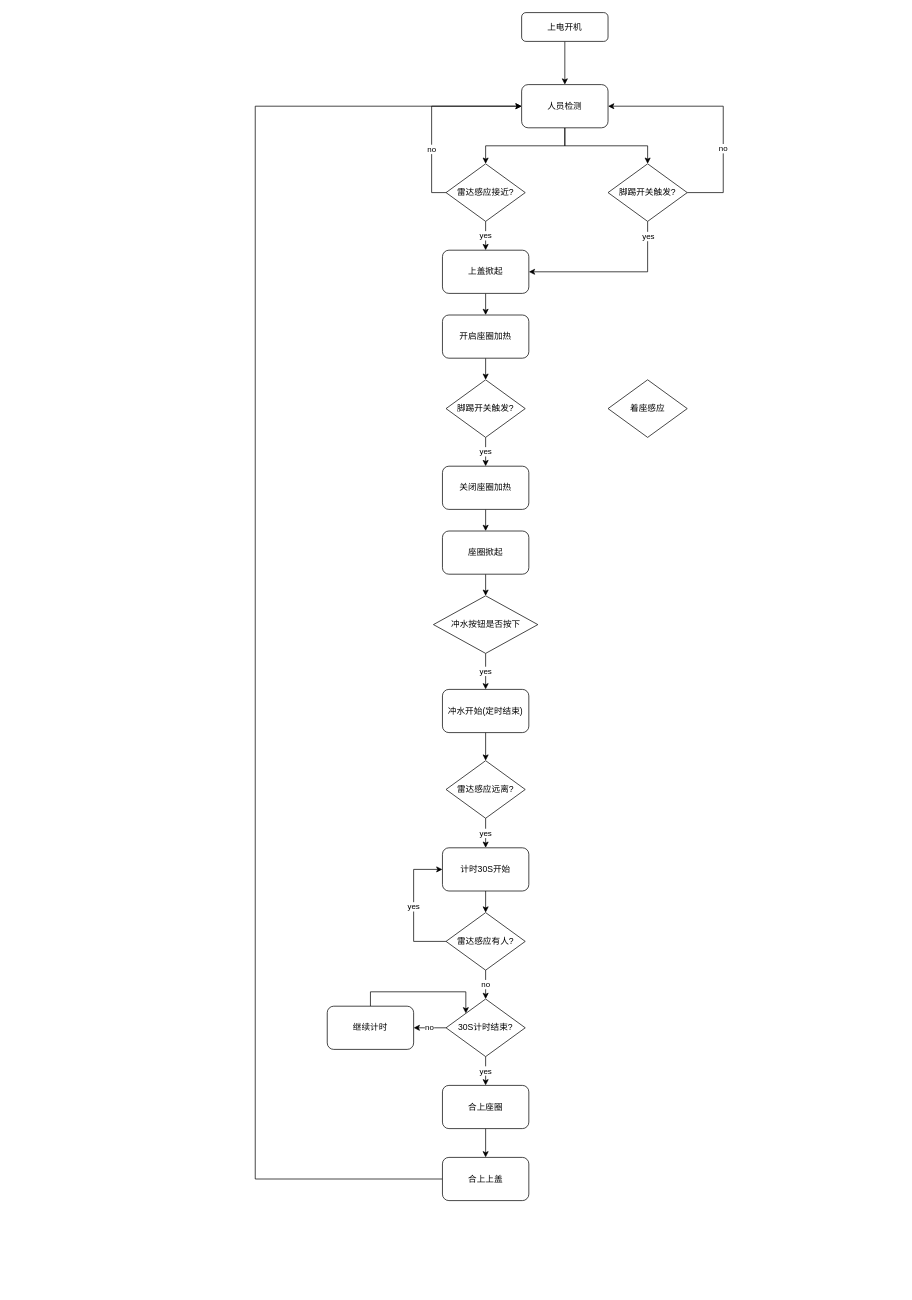
RockONthefeel/HW_Design_SUP keeps this draw.io diagram as Untitled Diagram.drawio. Above is the earlier version. Source tidied: cells renumbered, new cells numbered last; positions are measured from the earlier drawing's top-left corner, leaving out a move shared by most shapes. Both pictures are drawn from the tidied source at 72%, with x=0, y=0 at pixel (255, 12).
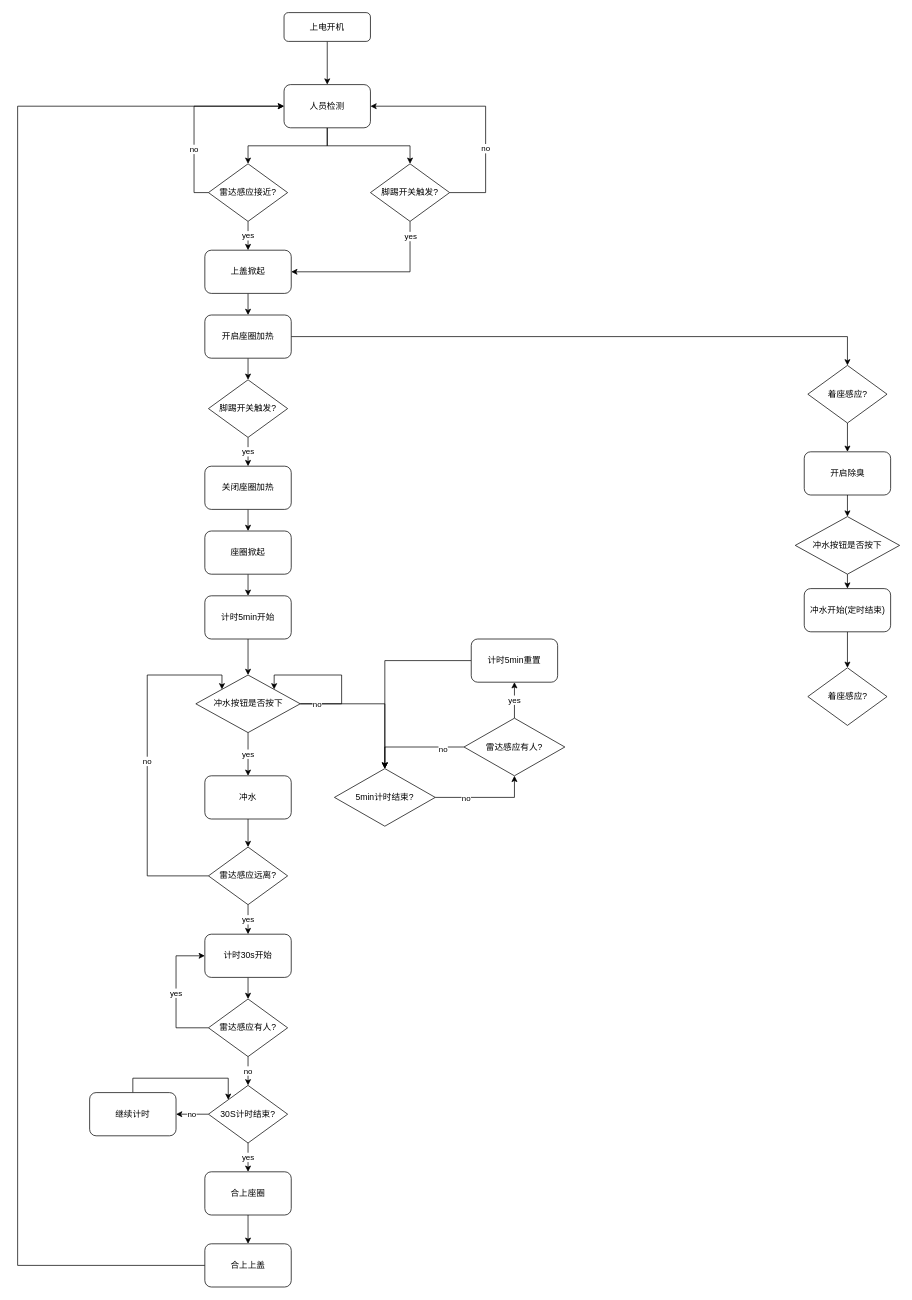
The same page after the edit.

The edit, as a diff of the source:
```diff
@@
     <mxCell id="3" value="上电开机" style="rounded=1;whiteSpace=wrap;html=1;fontSize=12;glass=0;strokeWidth=1;shadow=0;" parent="1" vertex="1">
-      <mxGeometry x="370" width="120" height="40" as="geometry" />
+      <mxGeometry x="40" width="120" height="40" as="geometry" />
     </mxCell>
@@
     <mxCell id="6" value="人员检测" style="rounded=1;whiteSpace=wrap;html=1;flipH=1;flipV=0;" parent="1" vertex="1">
-      <mxGeometry x="370" y="100" width="120" height="60" as="geometry" />
+      <mxGeometry x="40" y="100" width="120" height="60" as="geometry" />
     </mxCell>
@@
     <mxCell id="9" value="雷达感应接近?" style="rhombus;whiteSpace=wrap;html=1;flipH=1;flipV=0;" parent="1" vertex="1">
-      <mxGeometry x="265" y="210" width="110" height="80" as="geometry" />
+      <mxGeometry x="-65" y="210" width="110" height="80" as="geometry" />
     </mxCell>
@@
     <mxCell id="11" value="上盖掀起" style="rounded=1;whiteSpace=wrap;html=1;" parent="1" vertex="1">
-      <mxGeometry x="260" y="330" width="120" height="60" as="geometry" />
+      <mxGeometry x="-70" y="330" width="120" height="60" as="geometry" />
     </mxCell>
@@
     <mxCell id="13" value="关闭座圈加热" style="rounded=1;whiteSpace=wrap;html=1;" parent="1" vertex="1">
-      <mxGeometry x="260" y="630" width="120" height="60" as="geometry" />
+      <mxGeometry x="-70" y="630" width="120" height="60" as="geometry" />
     </mxCell>
@@
     <mxCell id="15" value="脚踢开关触发?" style="rhombus;whiteSpace=wrap;html=1;flipH=1;flipV=0;" parent="1" vertex="1">
-      <mxGeometry x="265" y="510" width="110" height="80" as="geometry" />
+      <mxGeometry x="-65" y="510" width="110" height="80" as="geometry" />
     </mxCell>
+    <mxCell id="45" style="edgeStyle=orthogonalEdgeStyle;rounded=0;jettySize=auto;html=1;exitX=0.5;exitY=1;exitDx=0;exitDy=0;entryX=0.5;entryY=0;entryDx=0;entryDy=0;" parent="1" edge="1" source="16" target="53">
+      <mxGeometry relative="1" as="geometry" />
+    </mxCell>
-    <mxCell id="16" value="着座感应" style="rhombus;whiteSpace=wrap;html=1;flipH=1;flipV=0;" parent="1" vertex="1">
-      <mxGeometry x="490" y="510" width="110" height="80" as="geometry" />
+    <mxCell id="16" value="着座感应?" style="rhombus;whiteSpace=wrap;html=1;flipH=1;flipV=0;" parent="1" vertex="1">
+      <mxGeometry x="767.5" y="490" width="110" height="80" as="geometry" />
     </mxCell>
-    <mxCell id="17" style="edgeStyle=orthogonalEdgeStyle;rounded=0;jettySize=auto;html=1;exitX=0.5;exitY=1;exitDx=0;exitDy=0;entryX=0.5;entryY=0;entryDx=0;entryDy=0;" parent="1" edge="1" source="18" target="22">
-      <mxGeometry relative="1" as="geometry" />
-    </mxCell>
+    <mxCell id="46" style="edgeStyle=orthogonalEdgeStyle;rounded=0;jettySize=auto;html=1;exitX=0.5;exitY=1;exitDx=0;exitDy=0;entryX=0.5;entryY=0;entryDx=0;entryDy=0;" parent="1" edge="1" source="18" target="58">
+      <mxGeometry relative="1" as="geometry" />
+    </mxCell>
     <mxCell id="18" value="座圈掀起" style="rounded=1;whiteSpace=wrap;html=1;" parent="1" vertex="1">
-      <mxGeometry x="260" y="720" width="120" height="60" as="geometry" />
+      <mxGeometry x="-70" y="720" width="120" height="60" as="geometry" />
     </mxCell>
@@
+    <mxCell id="47" style="edgeStyle=orthogonalEdgeStyle;rounded=0;jettySize=auto;html=1;exitX=1;exitY=0.5;exitDx=0;exitDy=0;entryX=0.5;entryY=0;entryDx=0;entryDy=0;" parent="1" edge="1" source="20" target="16">
+      <mxGeometry relative="1" as="geometry" />
+    </mxCell>
     <mxCell id="20" value="开启座圈加热" style="rounded=1;whiteSpace=wrap;html=1;" parent="1" vertex="1">
-      <mxGeometry x="260" y="420" width="120" height="60" as="geometry" />
+      <mxGeometry x="-70" y="420" width="120" height="60" as="geometry" />
     </mxCell>
@@
+    <mxCell id="48" style="edgeStyle=orthogonalEdgeStyle;rounded=0;jettySize=auto;html=1;exitX=1;exitY=0.5;exitDx=0;exitDy=0;entryX=0.5;entryY=0;entryDx=0;entryDy=0;" parent="1" edge="1" source="22" target="61">
+      <mxGeometry relative="1" as="geometry" />
+    </mxCell>
     <mxCell id="22" value="冲水按钮是否按下" style="rhombus;whiteSpace=wrap;html=1;flipH=1;flipV=0;" parent="1" vertex="1">
-      <mxGeometry x="247.5" y="810" width="145" height="80" as="geometry" />
+      <mxGeometry x="-82.5" y="920" width="145" height="80" as="geometry" />
     </mxCell>
@@
-    <mxCell id="24" value="冲水开始(定时结束)" style="rounded=1;whiteSpace=wrap;html=1;" parent="1" vertex="1">
-      <mxGeometry x="260" y="940" width="120" height="60" as="geometry" />
+    <mxCell id="24" value="冲水" style="rounded=1;whiteSpace=wrap;html=1;" parent="1" vertex="1">
+      <mxGeometry x="-70" y="1060" width="120" height="60" as="geometry" />
     </mxCell>
@@
+    <mxCell id="49" value="no" style="edgeStyle=orthogonalEdgeStyle;rounded=0;jettySize=auto;html=1;exitX=0;exitY=0.5;exitDx=0;exitDy=0;entryX=0;entryY=0;entryDx=0;entryDy=0;" parent="1" edge="1" source="26" target="22">
+      <mxGeometry relative="1" as="geometry">
+        <Array as="points">
+          <mxPoint x="-150" y="1199" />
+          <mxPoint x="-150" y="920" />
+          <mxPoint x="-46" y="920" />
+        </Array>
+      </mxGeometry>
+    </mxCell>
     <mxCell id="26" value="雷达感应远离?" style="rhombus;whiteSpace=wrap;html=1;flipH=1;flipV=0;" parent="1" vertex="1">
-      <mxGeometry x="265" y="1039" width="110" height="80" as="geometry" />
+      <mxGeometry x="-65" y="1159" width="110" height="80" as="geometry" />
     </mxCell>
@@
-    <mxCell id="28" value="计时30S开始" style="rounded=1;whiteSpace=wrap;html=1;" parent="1" vertex="1">
-      <mxGeometry x="260" y="1160" width="120" height="60" as="geometry" />
+    <mxCell id="28" value="计时30s开始" style="rounded=1;whiteSpace=wrap;html=1;" parent="1" vertex="1">
+      <mxGeometry x="-70" y="1280" width="120" height="60" as="geometry" />
     </mxCell>
     <mxCell id="29" value="yes" style="edgeStyle=orthogonalEdgeStyle;rounded=0;jettySize=auto;html=1;exitX=0;exitY=0.5;exitDx=0;exitDy=0;entryX=0;entryY=0.5;entryDx=0;entryDy=0;" parent="1" edge="1" source="31" target="28">
       <mxGeometry relative="1" as="geometry">
         <Array as="points">
-          <mxPoint x="220" y="1290" />
-          <mxPoint x="220" y="1190" />
+          <mxPoint x="-110" y="1410" />
+          <mxPoint x="-110" y="1310" />
         </Array>
       </mxGeometry>
     </mxCell>
@@
     <mxCell id="31" value="雷达感应有人?" style="rhombus;whiteSpace=wrap;html=1;flipH=1;flipV=0;" parent="1" vertex="1">
-      <mxGeometry x="265" y="1250" width="110" height="80" as="geometry" />
+      <mxGeometry x="-65" y="1370" width="110" height="80" as="geometry" />
     </mxCell>
@@
     <mxCell id="34" value="30S计时结束?" style="rhombus;whiteSpace=wrap;html=1;flipH=1;flipV=0;" parent="1" vertex="1">
-      <mxGeometry x="265" y="1370" width="110" height="80" as="geometry" />
+      <mxGeometry x="-65" y="1490" width="110" height="80" as="geometry" />
     </mxCell>
@@
     <mxCell id="36" value="合上座圈" style="rounded=1;whiteSpace=wrap;html=1;" parent="1" vertex="1">
-      <mxGeometry x="260" y="1490" width="120" height="60" as="geometry" />
+      <mxGeometry x="-70" y="1610" width="120" height="60" as="geometry" />
     </mxCell>
     <mxCell id="37" style="edgeStyle=orthogonalEdgeStyle;rounded=0;jettySize=auto;html=1;exitX=0;exitY=0.5;exitDx=0;exitDy=0;entryX=0;entryY=0.5;entryDx=0;entryDy=0;" parent="1" edge="1" source="38" target="6">
       <mxGeometry relative="1" as="geometry">
         <Array as="points">
-          <mxPoint y="1620" />
-          <mxPoint y="130" />
+          <mxPoint x="-330" y="1740" />
+          <mxPoint x="-330" y="130" />
         </Array>
       </mxGeometry>
     </mxCell>
     <mxCell id="38" value="合上上盖" style="rounded=1;whiteSpace=wrap;html=1;" parent="1" vertex="1">
-      <mxGeometry x="260" y="1590" width="120" height="60" as="geometry" />
+      <mxGeometry x="-70" y="1710" width="120" height="60" as="geometry" />
     </mxCell>
     <mxCell id="39" style="edgeStyle=orthogonalEdgeStyle;rounded=0;jettySize=auto;html=1;exitX=0.5;exitY=0;exitDx=0;exitDy=0;entryX=0;entryY=0;entryDx=0;entryDy=0;" parent="1" edge="1" source="40" target="34">
       <mxGeometry relative="1" as="geometry">
         <Array as="points">
-          <mxPoint x="160" y="1360" />
-          <mxPoint x="293" y="1360" />
+          <mxPoint x="-170" y="1480" />
+          <mxPoint x="-37" y="1480" />
         </Array>
       </mxGeometry>
     </mxCell>
     <mxCell id="40" value="继续计时" style="rounded=1;whiteSpace=wrap;html=1;" parent="1" vertex="1">
-      <mxGeometry x="100" y="1380" width="120" height="60" as="geometry" />
+      <mxGeometry x="-230" y="1500" width="120" height="60" as="geometry" />
     </mxCell>
@@
     <mxCell id="43" value="no" style="edgeStyle=orthogonalEdgeStyle;rounded=0;jettySize=auto;html=1;exitX=1;exitY=0.5;exitDx=0;exitDy=0;entryX=1;entryY=0.5;entryDx=0;entryDy=0;" parent="1" edge="1" source="44" target="6">
       <mxGeometry x="-0.33" relative="1" as="geometry">
         <Array as="points">
-          <mxPoint x="650" y="250" />
-          <mxPoint x="650" y="130" />
+          <mxPoint x="320" y="250" />
+          <mxPoint x="320" y="130" />
         </Array>
       </mxGeometry>
     </mxCell>
     <mxCell id="44" value="脚踢开关触发?" style="rhombus;whiteSpace=wrap;html=1;flipH=1;flipV=0;" parent="1" vertex="1">
-      <mxGeometry x="490" y="210" width="110" height="80" as="geometry" />
+      <mxGeometry x="160" y="210" width="110" height="80" as="geometry" />
     </mxCell>
+    <mxCell id="50" style="edgeStyle=orthogonalEdgeStyle;rounded=0;jettySize=auto;html=1;exitX=0.5;exitY=1;exitDx=0;exitDy=0;entryX=0.5;entryY=0;entryDx=0;entryDy=0;" parent="1" edge="1" source="51" target="55">
+      <mxGeometry relative="1" as="geometry" />
+    </mxCell>
+    <mxCell id="51" value="冲水按钮是否按下" style="rhombus;whiteSpace=wrap;html=1;flipH=1;flipV=0;" parent="1" vertex="1">
+      <mxGeometry x="750" y="700" width="145" height="80" as="geometry" />
+    </mxCell>
+    <mxCell id="52" style="edgeStyle=orthogonalEdgeStyle;rounded=0;jettySize=auto;html=1;exitX=0.5;exitY=1;exitDx=0;exitDy=0;entryX=0.5;entryY=0;entryDx=0;entryDy=0;" parent="1" edge="1" source="53" target="51">
+      <mxGeometry relative="1" as="geometry" />
+    </mxCell>
+    <mxCell id="53" value="开启除臭" style="rounded=1;whiteSpace=wrap;html=1;" parent="1" vertex="1">
+      <mxGeometry x="762.5" y="610" width="120" height="60" as="geometry" />
+    </mxCell>
+    <mxCell id="54" style="edgeStyle=orthogonalEdgeStyle;rounded=0;jettySize=auto;html=1;exitX=0.5;exitY=1;exitDx=0;exitDy=0;entryX=0.5;entryY=0;entryDx=0;entryDy=0;" parent="1" edge="1" source="55" target="56">
+      <mxGeometry relative="1" as="geometry" />
+    </mxCell>
+    <mxCell id="55" value="冲水开始(定时结束)" style="rounded=1;whiteSpace=wrap;html=1;" parent="1" vertex="1">
+      <mxGeometry x="762.5" y="800" width="120" height="60" as="geometry" />
+    </mxCell>
+    <mxCell id="56" value="着座感应?" style="rhombus;whiteSpace=wrap;html=1;flipH=1;flipV=0;" parent="1" vertex="1">
+      <mxGeometry x="767.5" y="910" width="110" height="80" as="geometry" />
+    </mxCell>
+    <mxCell id="57" style="edgeStyle=orthogonalEdgeStyle;rounded=0;jettySize=auto;html=1;exitX=0.5;exitY=1;exitDx=0;exitDy=0;entryX=0.5;entryY=0;entryDx=0;entryDy=0;" parent="1" edge="1" source="58" target="22">
+      <mxGeometry relative="1" as="geometry" />
+    </mxCell>
+    <mxCell id="58" value="计时5min开始" style="rounded=1;whiteSpace=wrap;html=1;" parent="1" vertex="1">
+      <mxGeometry x="-70" y="810" width="120" height="60" as="geometry" />
+    </mxCell>
+    <mxCell id="59" style="edgeStyle=orthogonalEdgeStyle;rounded=0;jettySize=auto;html=1;exitX=1;exitY=0.5;exitDx=0;exitDy=0;entryX=0.5;entryY=1;entryDx=0;entryDy=0;" parent="1" edge="1" source="61" target="67">
+      <mxGeometry relative="1" as="geometry" />
+    </mxCell>
+    <mxCell id="60" value="no" style="edgeLabel;html=1;align=center;verticalAlign=middle;" parent="59" vertex="1">
+      <mxGeometry x="-0.4" relative="1" as="geometry" />
+    </mxCell>
+    <mxCell id="61" value="5min计时结束?" style="rhombus;whiteSpace=wrap;html=1;flipH=1;flipV=0;" parent="1" vertex="1">
+      <mxGeometry x="110" y="1050" width="140" height="80" as="geometry" />
+    </mxCell>
+    <mxCell id="62" style="edgeStyle=orthogonalEdgeStyle;rounded=0;orthogonalLoop=1;jettySize=auto;html=1;exitX=1;exitY=0.5;exitDx=0;exitDy=0;entryX=1;entryY=0;entryDx=0;entryDy=0;" parent="1" edge="1" source="22" target="22">
+      <mxGeometry relative="1" as="geometry">
+        <Array as="points">
+          <mxPoint x="120" y="960" />
+          <mxPoint x="120" y="920" />
+          <mxPoint x="26" y="920" />
+        </Array>
+      </mxGeometry>
+    </mxCell>
+    <mxCell id="63" value="no" style="edgeLabel;html=1;align=center;verticalAlign=middle;" parent="62" vertex="1">
+      <mxGeometry x="-0.63" y="1" relative="1" as="geometry">
+        <mxPoint x="-16" y="1" as="offset" />
+      </mxGeometry>
+    </mxCell>
+    <mxCell id="64" value="yes" style="edgeStyle=orthogonalEdgeStyle;rounded=0;jettySize=auto;html=1;exitX=0.5;exitY=0;exitDx=0;exitDy=0;entryX=0.5;entryY=1;entryDx=0;entryDy=0;" parent="1" edge="1" source="67" target="69">
+      <mxGeometry relative="1" as="geometry" />
+    </mxCell>
+    <mxCell id="65" style="edgeStyle=orthogonalEdgeStyle;rounded=0;jettySize=auto;html=1;exitX=0;exitY=0.5;exitDx=0;exitDy=0;entryX=0.5;entryY=0;entryDx=0;entryDy=0;" parent="1" edge="1" source="67" target="61">
+      <mxGeometry relative="1" as="geometry" />
+    </mxCell>
+    <mxCell id="66" value="no" style="edgeLabel;html=1;align=center;verticalAlign=middle;" parent="65" vertex="1">
+      <mxGeometry x="-0.57" y="2" relative="1" as="geometry" />
+    </mxCell>
+    <mxCell id="67" value="雷达感应有人?" style="rhombus;whiteSpace=wrap;html=1;flipH=1;flipV=0;" parent="1" vertex="1">
+      <mxGeometry x="290" y="980" width="140" height="80" as="geometry" />
+    </mxCell>
+    <mxCell id="68" style="edgeStyle=orthogonalEdgeStyle;rounded=0;jettySize=auto;html=1;exitX=0;exitY=0.5;exitDx=0;exitDy=0;entryX=0.5;entryY=0;entryDx=0;entryDy=0;" parent="1" edge="1" source="69" target="61">
+      <mxGeometry relative="1" as="geometry" />
+    </mxCell>
+    <mxCell id="69" value="计时5min重置" style="rounded=1;whiteSpace=wrap;html=1;" parent="1" vertex="1">
+      <mxGeometry x="300" y="870" width="120" height="60" as="geometry" />
+    </mxCell>
```
